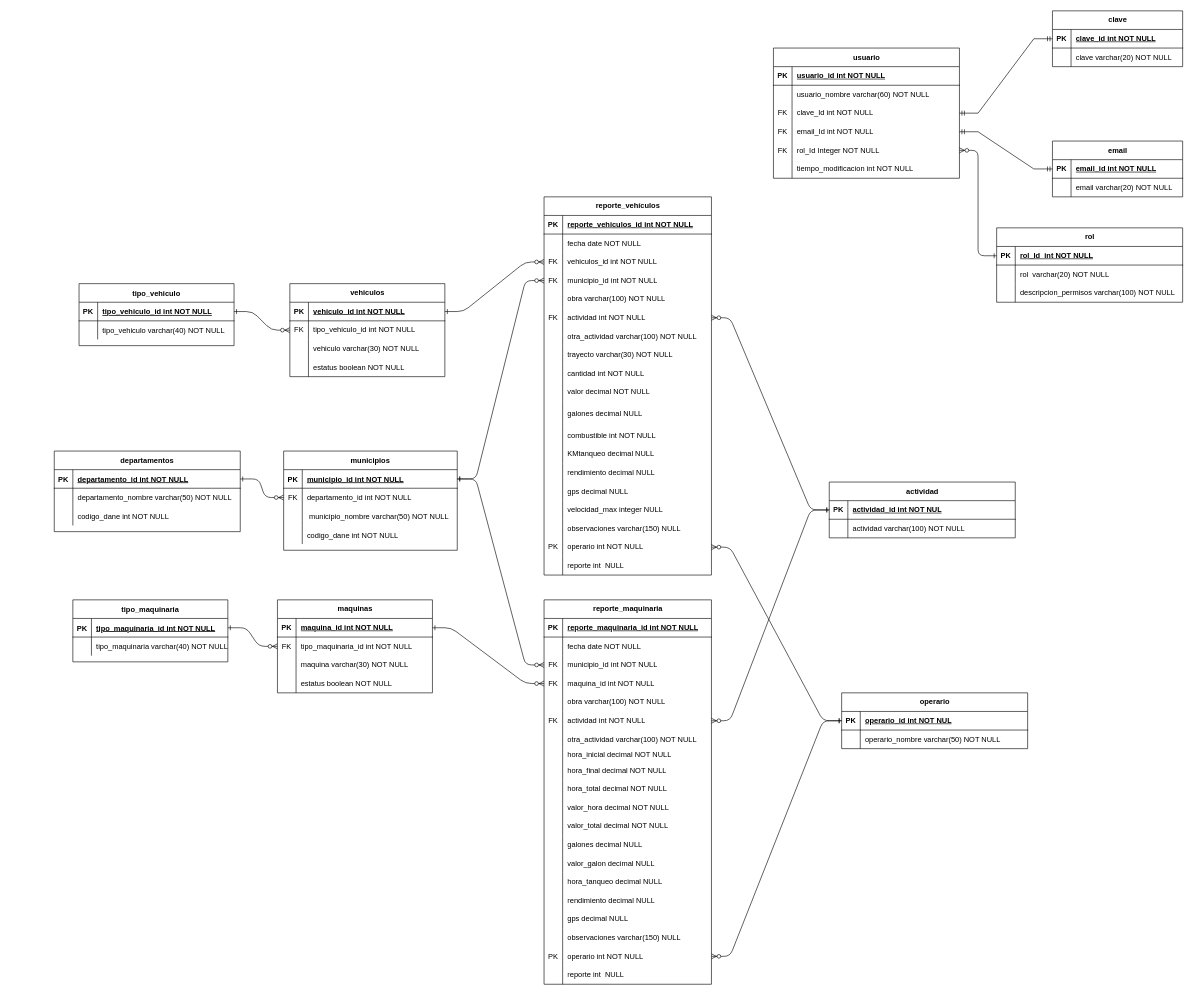
This is MER/gestionMaquinaria&Vehiculos.drawio from MasacradorM/Gestion-de-Maquinaria-y-Vehiculos, a draw.io file, before an edit. Source tidied: cells renumbered, new cells numbered last; positions are measured from the earlier drawing's top-left corner, leaving out a move shared by most shapes. Both pictures are drawn from the tidied source at 62%, with x=0, y=0 at pixel (54, 11).
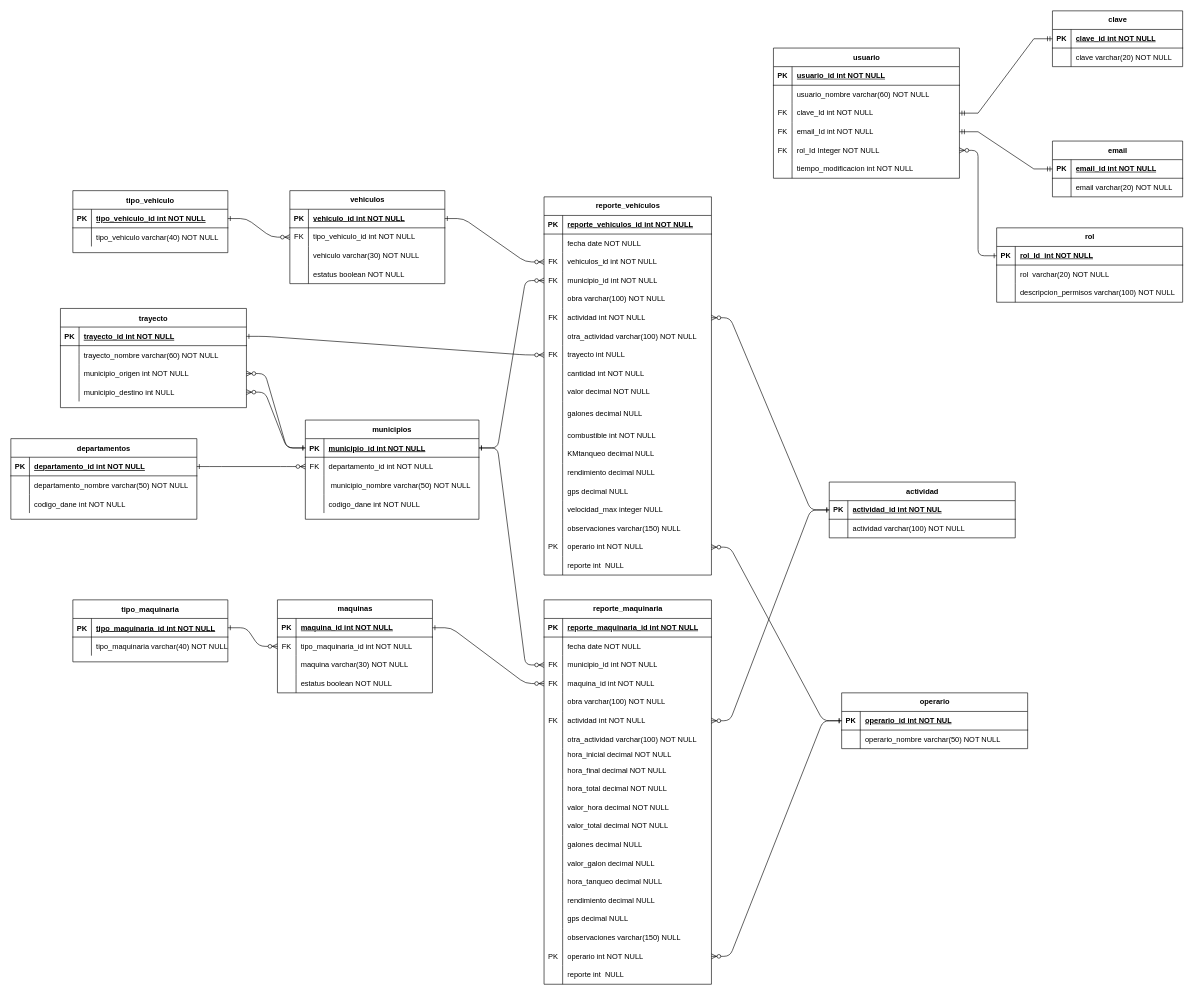
The same page after the edit.

The change refers to these unchanged cells:
```xml
<mxCell id="5" style="shape=partialRectangle;fillColor=none;points=[[0,0.5],[1,0.5]];portConstraint=eastwest;top=0;left=0;right=0;bottom=1;" parent="4" vertex="1">
  <mxGeometry y="30" width="280" height="30" as="geometry" />
</mxCell>
<mxCell id="132" style="shape=tableRow;horizontal=0;startSize=0;swimlaneHead=0;swimlaneBody=0;fillColor=none;points=[[0,0.5],[1,0.5]];portConstraint=eastwest;top=0;left=0;right=0;bottom=0;" parent="110" vertex="1">
  <mxGeometry y="240" width="270" height="30" as="geometry" />
</mxCell>
```

Diff of the diagram source:
```diff
@@
     <mxCell id="4" value="municipios" style="shape=table;startSize=30;childLayout=tableLayout;rowLines=0;fontStyle=1;align=center;" parent="1" vertex="1">
-      <mxGeometry x="370" y="710" width="280" height="160" as="geometry" />
+      <mxGeometry x="405" y="660" width="280" height="160" as="geometry" />
     </mxCell>
@@
     <mxCell id="24" value="departamentos" style="shape=table;startSize=30;childLayout=tableLayout;rowLines=0;fontStyle=1;align=center;" parent="1" vertex="1">
-      <mxGeometry y="710" width="300" height="130" as="geometry" />
+      <mxGeometry x="-70" y="690" width="300" height="130" as="geometry" />
     </mxCell>
@@
-    <mxCell id="133" style="shape=partialRectangle;fillColor=none;top=0;left=0;bottom=0;right=0;overflow=hidden;whiteSpace=wrap;html=1;" parent="132" vertex="1">
+    <mxCell id="133" value="FK" style="shape=partialRectangle;fillColor=none;top=0;left=0;bottom=0;right=0;overflow=hidden;whiteSpace=wrap;html=1;" parent="132" vertex="1">
       <mxGeometry width="30" height="30" as="geometry" />
     </mxCell>
-    <mxCell id="134" value="trayecto varchar(30) NOT NULL" style="shape=partialRectangle;fillColor=none;top=0;left=0;bottom=0;right=0;align=left;spacingLeft=6;overflow=hidden;whiteSpace=wrap;html=1;" parent="132" vertex="1">
+    <mxCell id="134" value="trayecto int NULL" style="shape=partialRectangle;fillColor=none;top=0;left=0;bottom=0;right=0;align=left;spacingLeft=6;overflow=hidden;whiteSpace=wrap;html=1;" parent="132" vertex="1">
       <mxGeometry x="30" width="240" height="30" as="geometry" />
     </mxCell>
@@
     <mxCell id="169" value="tipo_vehiculo" style="shape=table;startSize=30;childLayout=tableLayout;rowLines=0;fontStyle=1;align=center;" parent="1" vertex="1">
-      <mxGeometry x="40" y="440" width="250" height="100" as="geometry" />
+      <mxGeometry x="30" y="290" width="250" height="100" as="geometry" />
     </mxCell>
@@
     <mxCell id="176" value="vehiculos" style="shape=table;startSize=30;childLayout=tableLayout;rowLines=0;fontStyle=1;align=center;html=1;" parent="1" vertex="1">
-      <mxGeometry x="380" y="440" width="250" height="150" as="geometry" />
+      <mxGeometry x="380" y="290" width="250" height="150" as="geometry" />
     </mxCell>
@@
+    <mxCell id="255" value="trayecto" style="shape=table;startSize=30;childLayout=tableLayout;rowLines=0;fontStyle=1;align=center;" parent="1" vertex="1">
+      <mxGeometry x="10" y="480" width="300" height="160" as="geometry" />
+    </mxCell>
+    <mxCell id="256" style="shape=partialRectangle;fillColor=none;points=[[0,0.5],[1,0.5]];portConstraint=eastwest;top=0;left=0;right=0;bottom=1;" parent="255" vertex="1">
+      <mxGeometry y="30" width="300" height="30" as="geometry" />
+    </mxCell>
+    <mxCell id="257" value="PK" style="shape=partialRectangle;overflow=hidden;fillColor=none;top=0;left=0;bottom=0;right=0;fontStyle=1;" parent="256" vertex="1">
+      <mxGeometry width="30" height="30" as="geometry" />
+    </mxCell>
+    <mxCell id="258" value="trayecto_id int NOT NULL " style="shape=partialRectangle;overflow=hidden;fillColor=none;top=0;left=0;bottom=0;right=0;align=left;spacingLeft=6;fontStyle=5;" parent="256" vertex="1">
+      <mxGeometry x="30" width="270" height="30" as="geometry" />
+    </mxCell>
+    <mxCell id="259" style="shape=partialRectangle;fillColor=none;top=0;left=0;right=0;bottom=0;" parent="255" vertex="1">
+      <mxGeometry y="60" width="300" height="30" as="geometry" />
+    </mxCell>
+    <mxCell id="260" style="shape=partialRectangle;overflow=hidden;fillColor=none;top=0;left=0;bottom=0;right=0;" parent="259" vertex="1">
+      <mxGeometry width="30" height="30" as="geometry" />
+    </mxCell>
+    <mxCell id="261" value="trayecto_nombre varchar(60) NOT NULL" style="shape=partialRectangle;overflow=hidden;fillColor=none;top=0;left=0;bottom=0;right=0;align=left;spacingLeft=6;" parent="259" vertex="1">
+      <mxGeometry x="30" width="270" height="30" as="geometry" />
+    </mxCell>
+    <mxCell id="262" style="shape=partialRectangle;fillColor=none;points=[[0,0.5],[1,0.5]];portConstraint=eastwest;top=0;left=0;right=0;bottom=0;" parent="255" vertex="1">
+      <mxGeometry y="90" width="300" height="30" as="geometry" />
+    </mxCell>
+    <mxCell id="263" style="shape=partialRectangle;overflow=hidden;fillColor=none;top=0;left=0;bottom=0;right=0;" parent="262" vertex="1">
+      <mxGeometry width="30" height="30" as="geometry" />
+    </mxCell>
+    <mxCell id="264" value="municipio_origen int NOT NULL" style="shape=partialRectangle;overflow=hidden;fillColor=none;top=0;left=0;bottom=0;right=0;align=left;spacingLeft=6;" parent="262" vertex="1">
+      <mxGeometry x="30" width="270" height="30" as="geometry" />
+    </mxCell>
+    <mxCell id="265" style="shape=partialRectangle;fillColor=none;points=[[0,0.5],[1,0.5]];portConstraint=eastwest;top=0;left=0;right=0;bottom=0;" parent="255" vertex="1">
+      <mxGeometry y="120" width="300" height="30" as="geometry" />
+    </mxCell>
+    <mxCell id="266" style="shape=partialRectangle;overflow=hidden;fillColor=none;top=0;left=0;bottom=0;right=0;" parent="265" vertex="1">
+      <mxGeometry width="30" height="30" as="geometry" />
+    </mxCell>
+    <mxCell id="267" value="municipio_destino int NULL" style="shape=partialRectangle;overflow=hidden;fillColor=none;top=0;left=0;bottom=0;right=0;align=left;spacingLeft=6;" parent="265" vertex="1">
+      <mxGeometry x="30" width="270" height="30" as="geometry" />
+    </mxCell>
+    <mxCell id="268" style="edgeStyle=entityRelationEdgeStyle;endArrow=ERzeroToMany;startArrow=ERone;endFill=1;startFill=0;entryX=1;entryY=0.5;entryDx=0;entryDy=0;" parent="1" edge="1" source="5" target="262">
+      <mxGeometry relative="1" as="geometry">
+        <Array as="points">
+          <mxPoint x="320" y="550" />
+        </Array>
+      </mxGeometry>
+    </mxCell>
+    <mxCell id="269" style="edgeStyle=entityRelationEdgeStyle;endArrow=ERzeroToMany;startArrow=ERone;endFill=1;startFill=0;entryX=1;entryY=0.5;entryDx=0;entryDy=0;exitX=0;exitY=0.5;exitDx=0;exitDy=0;" parent="1" edge="1" source="5" target="265">
+      <mxGeometry relative="1" as="geometry">
+        <Array as="points">
+          <mxPoint x="330" y="560" />
+        </Array>
+      </mxGeometry>
+    </mxCell>
+    <mxCell id="270" style="edgeStyle=entityRelationEdgeStyle;endArrow=ERzeroToMany;startArrow=ERone;endFill=1;startFill=0;" parent="1" edge="1" source="256" target="132">
+      <mxGeometry relative="1" as="geometry">
+        <Array as="points">
+          <mxPoint x="540" y="465" />
+        </Array>
+      </mxGeometry>
+    </mxCell>
```
